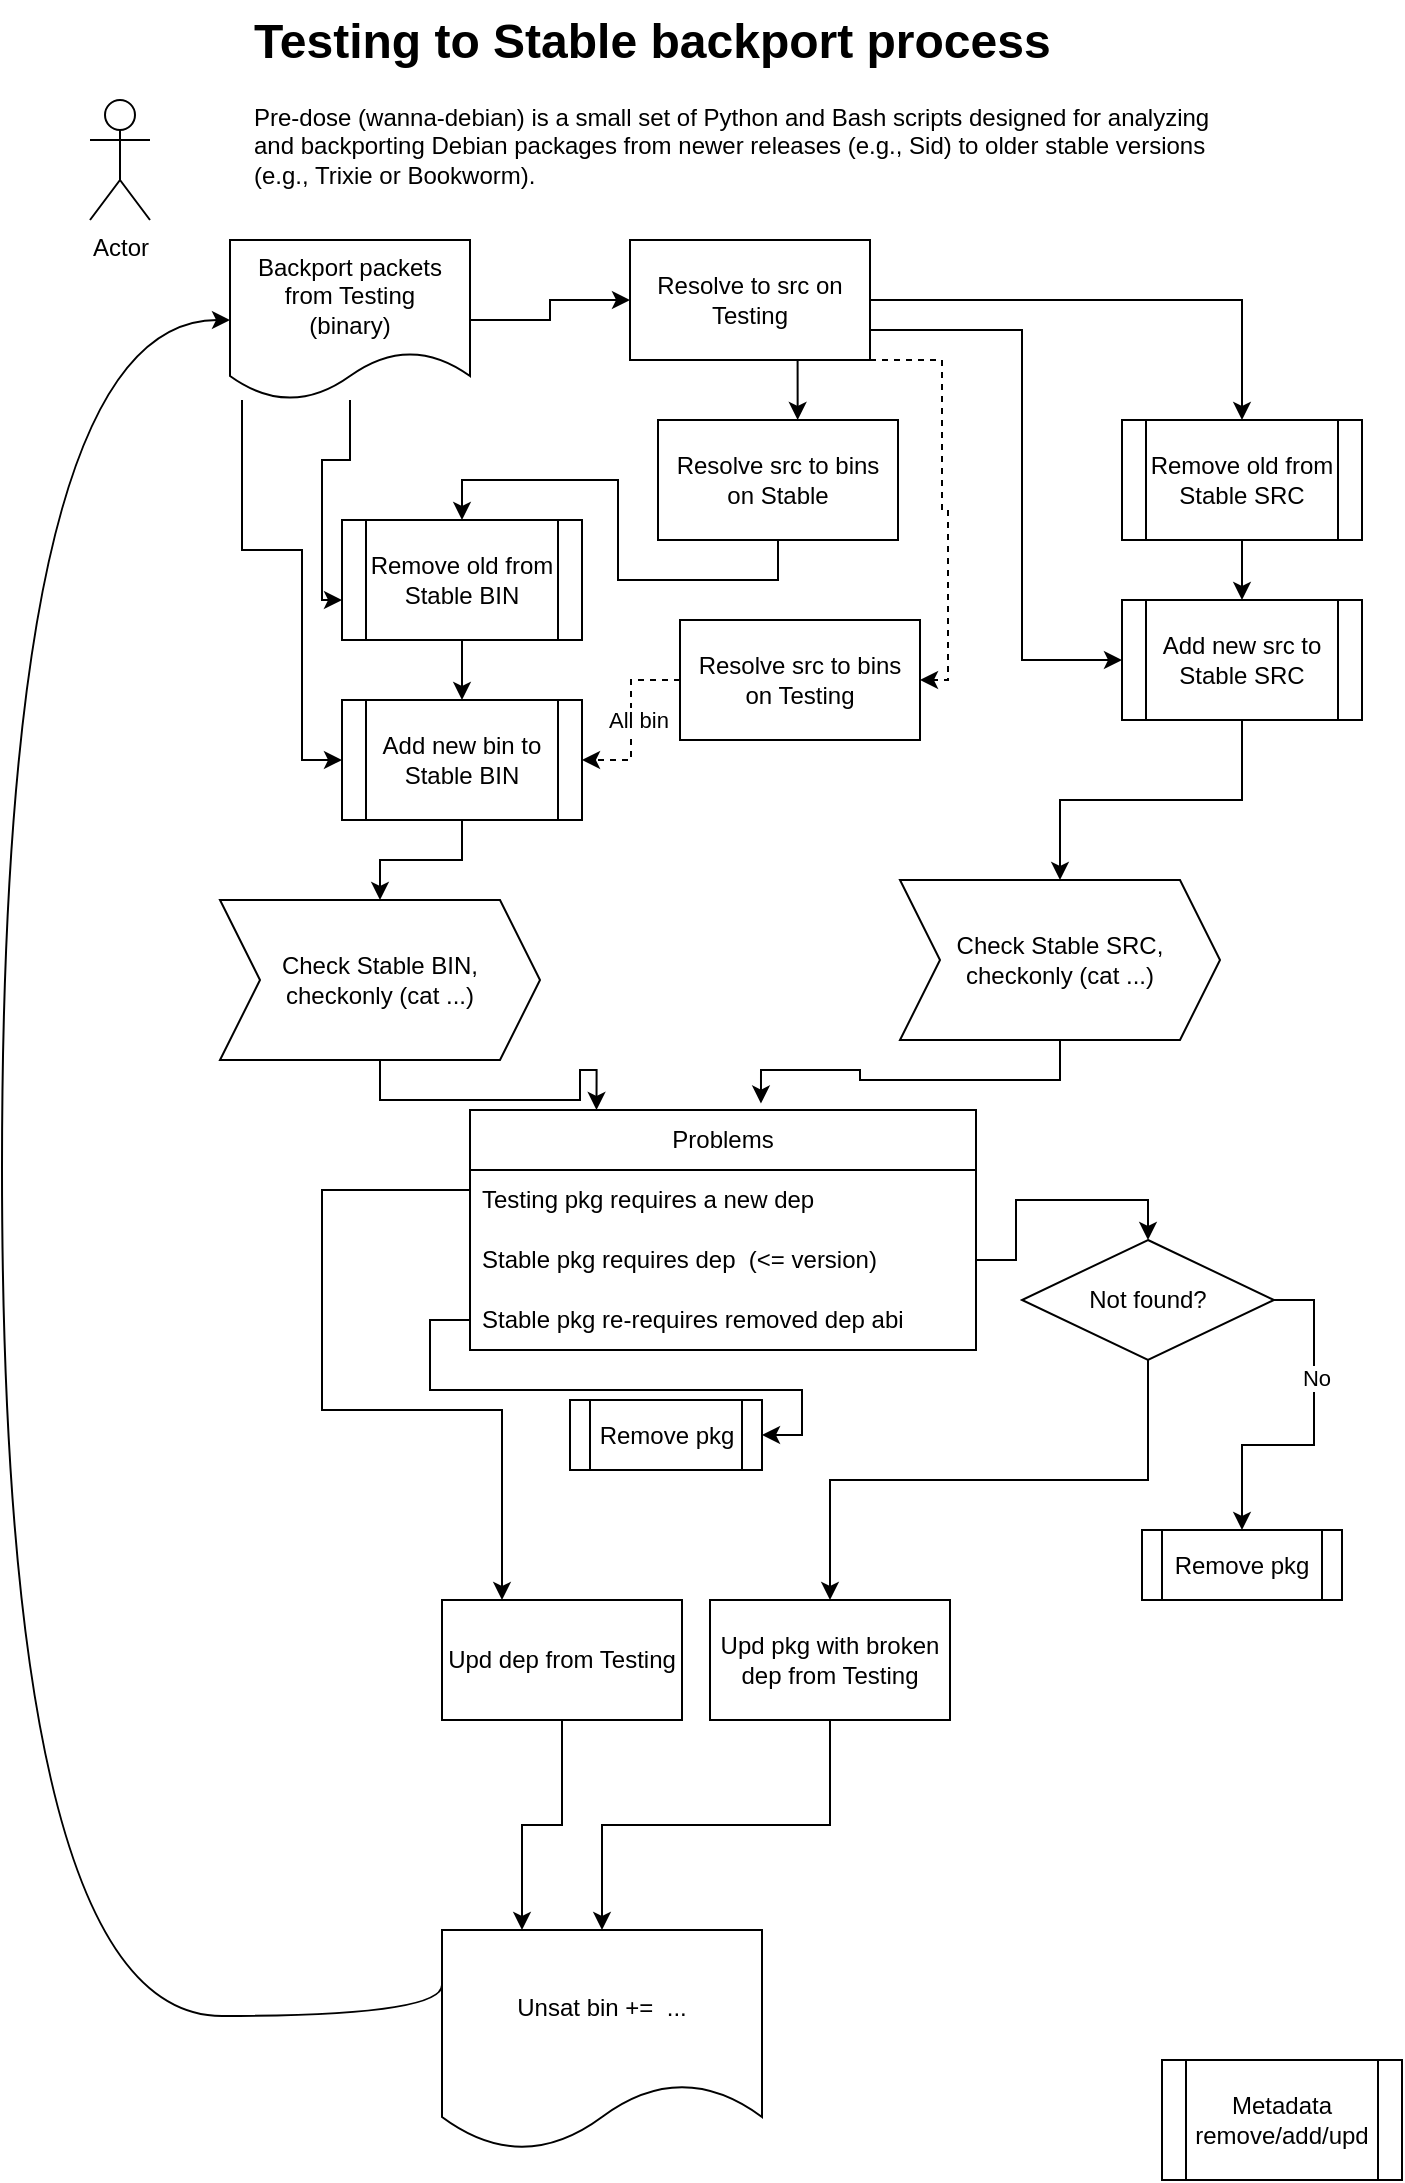
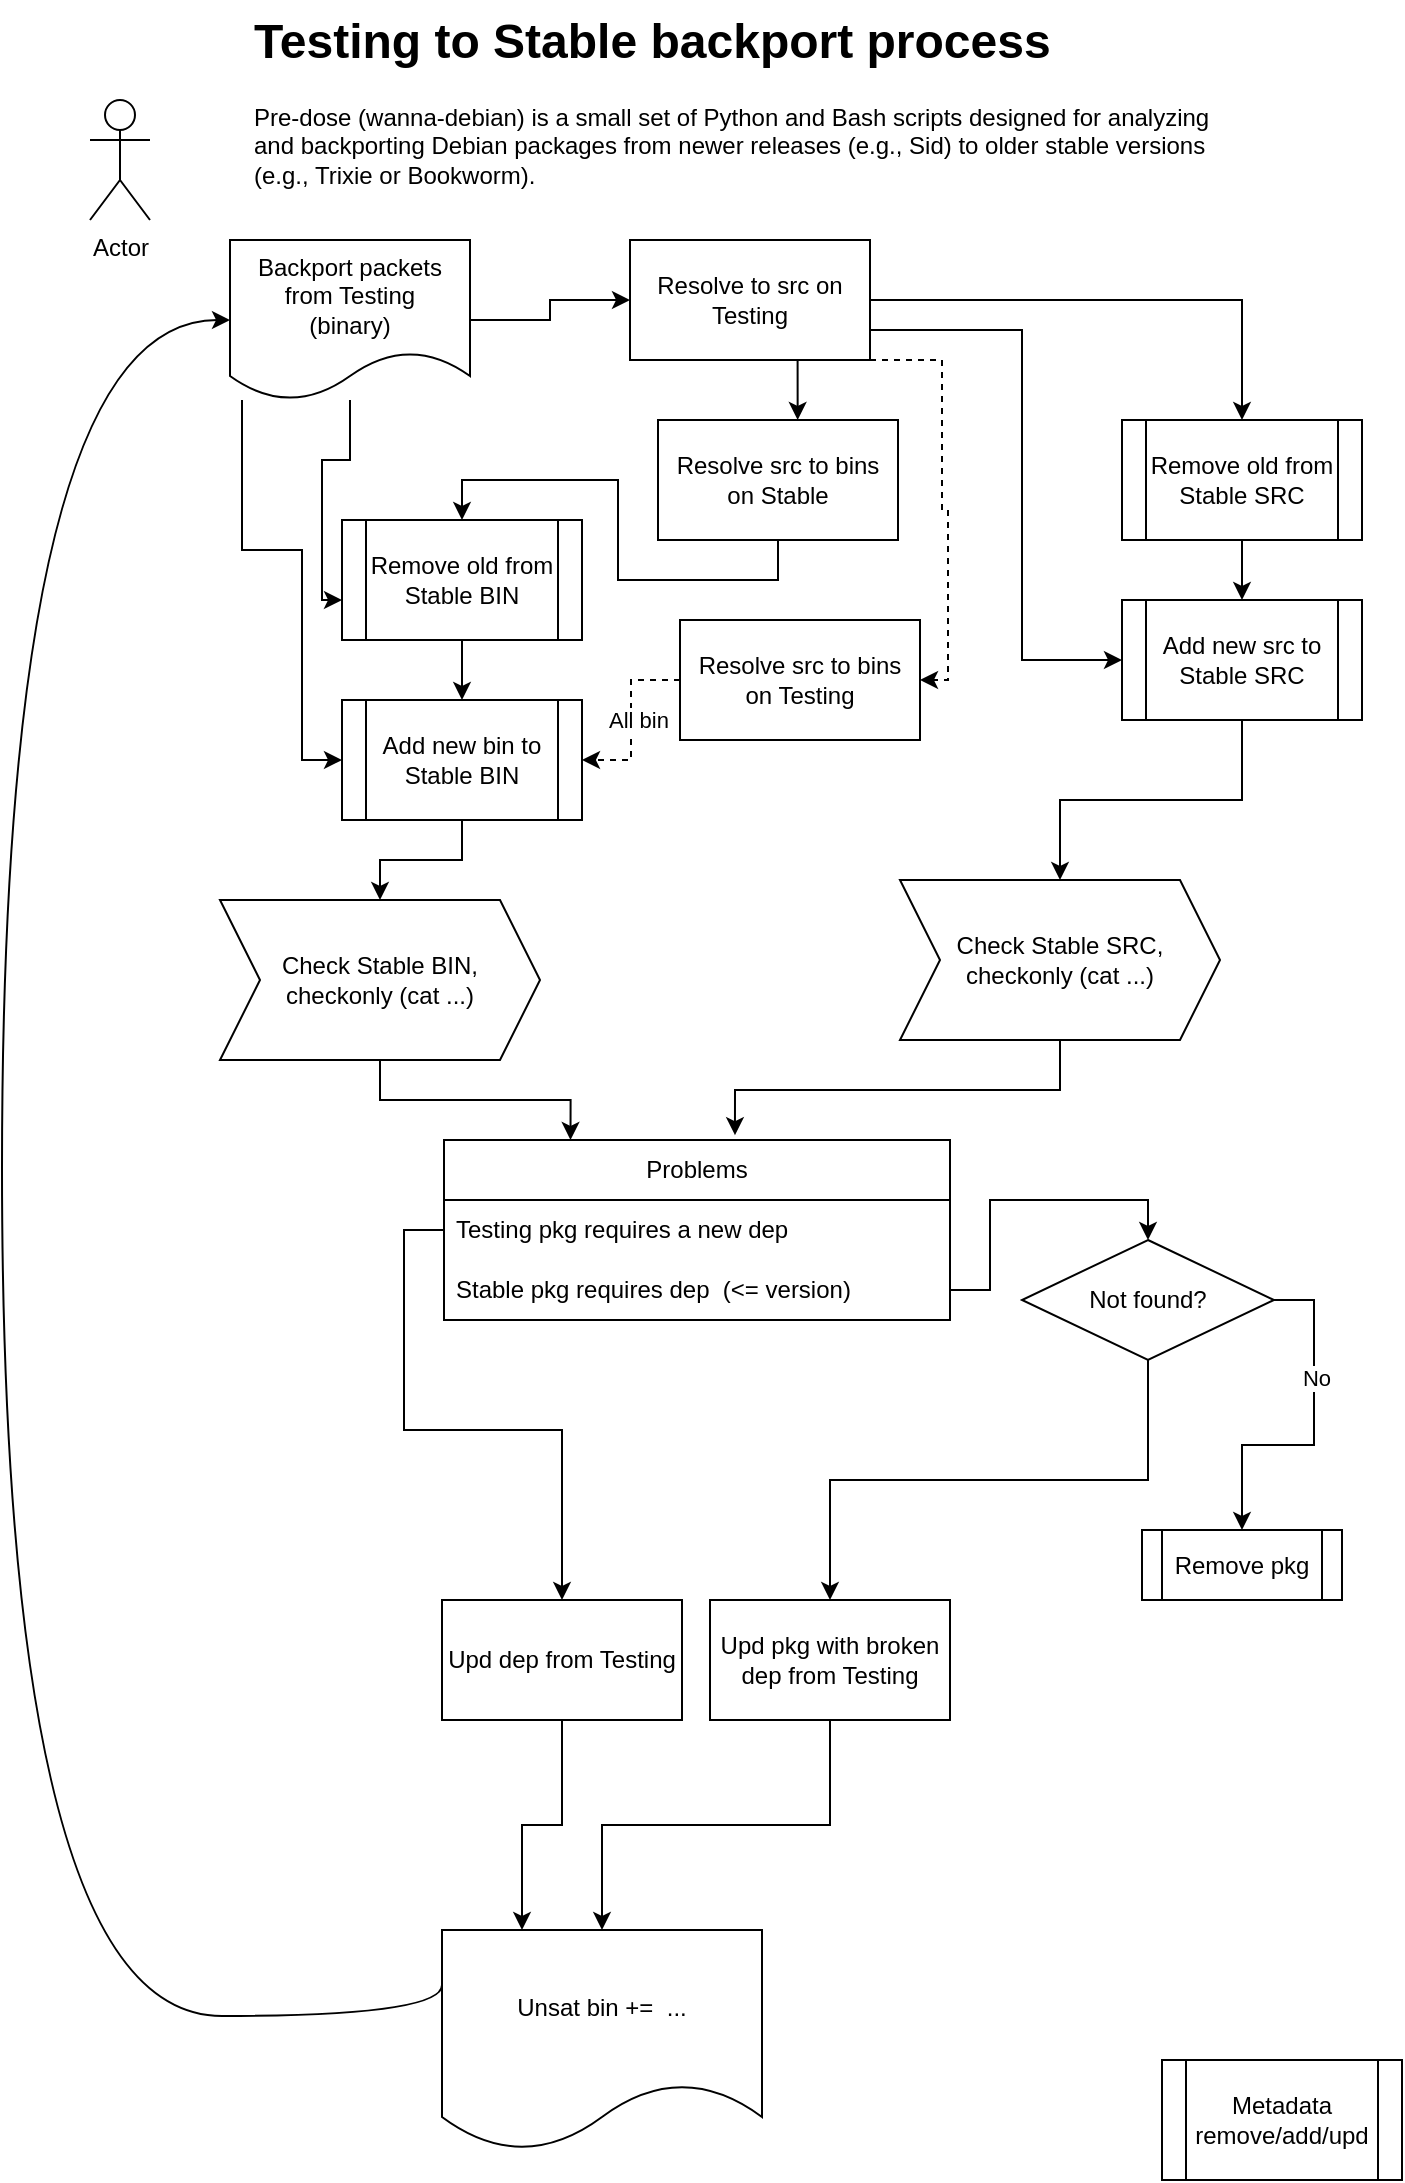
<mxfile host="Electron">
  <diagram id="C5RBs43oDa-KdzZeNtuy" name="Page-1">
    <mxGraphModel dx="1086" dy="648" grid="1" gridSize="10" guides="1" tooltips="1" connect="1" arrows="1" fold="1" page="1" pageScale="1" pageWidth="827" pageHeight="1169" math="0" shadow="0">
      <root>
        <mxCell id="WIyWlLk6GJQsqaUBKTNV-0" />
        <mxCell id="WIyWlLk6GJQsqaUBKTNV-1" parent="WIyWlLk6GJQsqaUBKTNV-0" />
        <mxCell id="jdkO46tf3qpjO2ybV3Zm-0" parent="WIyWlLk6GJQsqaUBKTNV-1" style="shape=umlActor;verticalLabelPosition=bottom;verticalAlign=top;html=1;outlineConnect=0;" value="Actor" vertex="1">
          <mxGeometry height="60" width="30" x="94" y="80" as="geometry" />
        </mxCell>
        <mxCell id="jdkO46tf3qpjO2ybV3Zm-3" edge="1" parent="WIyWlLk6GJQsqaUBKTNV-1" source="jdkO46tf3qpjO2ybV3Zm-1" style="edgeStyle=orthogonalEdgeStyle;rounded=0;orthogonalLoop=1;jettySize=auto;html=1;entryX=0;entryY=0.5;entryDx=0;entryDy=0;" target="jdkO46tf3qpjO2ybV3Zm-2">
          <mxGeometry relative="1" as="geometry" />
        </mxCell>
        <mxCell id="4IcmTThSWF4IWx9KLtXi-7" edge="1" parent="WIyWlLk6GJQsqaUBKTNV-1" source="jdkO46tf3qpjO2ybV3Zm-1" style="edgeStyle=orthogonalEdgeStyle;rounded=0;orthogonalLoop=1;jettySize=auto;html=1;entryX=0;entryY=0.5;entryDx=0;entryDy=0;" target="jdkO46tf3qpjO2ybV3Zm-13">
          <mxGeometry relative="1" as="geometry">
            <Array as="points">
              <mxPoint x="170" y="305" />
              <mxPoint x="200" y="305" />
              <mxPoint x="200" y="410" />
            </Array>
          </mxGeometry>
        </mxCell>
        <mxCell id="jdkO46tf3qpjO2ybV3Zm-1" parent="WIyWlLk6GJQsqaUBKTNV-1" style="shape=document;whiteSpace=wrap;html=1;boundedLbl=1;" value="Backport packets from Testing&lt;br&gt;(binary)" vertex="1">
          <mxGeometry height="80" width="120" x="164" y="150" as="geometry" />
        </mxCell>
        <mxCell id="jdkO46tf3qpjO2ybV3Zm-6" edge="1" parent="WIyWlLk6GJQsqaUBKTNV-1" source="jdkO46tf3qpjO2ybV3Zm-2" style="edgeStyle=orthogonalEdgeStyle;rounded=0;orthogonalLoop=1;jettySize=auto;html=1;entryX=0.5;entryY=0;entryDx=0;entryDy=0;" target="jdkO46tf3qpjO2ybV3Zm-5">
          <mxGeometry relative="1" as="geometry" />
        </mxCell>
        <mxCell id="K2joIcQUg46PM5A2mCq8-2" edge="1" parent="WIyWlLk6GJQsqaUBKTNV-1" source="jdkO46tf3qpjO2ybV3Zm-2" style="edgeStyle=orthogonalEdgeStyle;rounded=0;orthogonalLoop=1;jettySize=auto;html=1;exitX=1;exitY=1;exitDx=0;exitDy=0;entryX=1;entryY=0.5;entryDx=0;entryDy=0;dashed=1;" target="K2joIcQUg46PM5A2mCq8-0">
          <mxGeometry relative="1" as="geometry">
            <Array as="points">
              <mxPoint x="520" y="210" />
              <mxPoint x="520" y="285" />
              <mxPoint x="523" y="285" />
              <mxPoint x="523" y="370" />
            </Array>
          </mxGeometry>
        </mxCell>
        <mxCell id="jdkO46tf3qpjO2ybV3Zm-2" parent="WIyWlLk6GJQsqaUBKTNV-1" style="rounded=0;whiteSpace=wrap;html=1;" value="Resolve to src on Testing" vertex="1">
          <mxGeometry height="60" width="120" x="364" y="150" as="geometry" />
        </mxCell>
        <mxCell id="jdkO46tf3qpjO2ybV3Zm-17" edge="1" parent="WIyWlLk6GJQsqaUBKTNV-1" source="jdkO46tf3qpjO2ybV3Zm-5" style="edgeStyle=orthogonalEdgeStyle;rounded=0;orthogonalLoop=1;jettySize=auto;html=1;entryX=0.5;entryY=0;entryDx=0;entryDy=0;" target="jdkO46tf3qpjO2ybV3Zm-16">
          <mxGeometry relative="1" as="geometry" />
        </mxCell>
        <mxCell id="jdkO46tf3qpjO2ybV3Zm-5" parent="WIyWlLk6GJQsqaUBKTNV-1" style="shape=process;whiteSpace=wrap;html=1;backgroundOutline=1;" value="Remove old from Stable SRC" vertex="1">
          <mxGeometry height="60" width="120" x="610" y="240" as="geometry" />
        </mxCell>
        <mxCell id="jdkO46tf3qpjO2ybV3Zm-10" edge="1" parent="WIyWlLk6GJQsqaUBKTNV-1" source="jdkO46tf3qpjO2ybV3Zm-7" style="edgeStyle=orthogonalEdgeStyle;rounded=0;orthogonalLoop=1;jettySize=auto;html=1;entryX=0.5;entryY=0;entryDx=0;entryDy=0;exitX=0.5;exitY=1;exitDx=0;exitDy=0;" target="jdkO46tf3qpjO2ybV3Zm-9">
          <mxGeometry relative="1" as="geometry" />
        </mxCell>
        <mxCell id="jdkO46tf3qpjO2ybV3Zm-18" edge="1" parent="WIyWlLk6GJQsqaUBKTNV-1" source="jdkO46tf3qpjO2ybV3Zm-2" style="edgeStyle=orthogonalEdgeStyle;rounded=0;orthogonalLoop=1;jettySize=auto;html=1;entryX=0;entryY=0.5;entryDx=0;entryDy=0;exitX=1;exitY=0.75;exitDx=0;exitDy=0;" target="jdkO46tf3qpjO2ybV3Zm-16">
          <mxGeometry relative="1" as="geometry">
            <Array as="points">
              <mxPoint x="560" y="195" />
              <mxPoint x="560" y="360" />
            </Array>
            <mxPoint x="484" y="200" as="sourcePoint" />
          </mxGeometry>
        </mxCell>
        <mxCell id="jdkO46tf3qpjO2ybV3Zm-7" parent="WIyWlLk6GJQsqaUBKTNV-1" style="rounded=0;whiteSpace=wrap;html=1;" value="Resolve src to bins on Stable" vertex="1">
          <mxGeometry height="60" width="120" x="378" y="240" as="geometry" />
        </mxCell>
        <mxCell id="jdkO46tf3qpjO2ybV3Zm-8" edge="1" parent="WIyWlLk6GJQsqaUBKTNV-1" source="jdkO46tf3qpjO2ybV3Zm-2" style="edgeStyle=orthogonalEdgeStyle;rounded=0;orthogonalLoop=1;jettySize=auto;html=1;exitX=0.75;exitY=1;exitDx=0;exitDy=0;entryX=0.582;entryY=0;entryDx=0;entryDy=0;entryPerimeter=0;" target="jdkO46tf3qpjO2ybV3Zm-7">
          <mxGeometry relative="1" as="geometry" />
        </mxCell>
        <mxCell id="jdkO46tf3qpjO2ybV3Zm-14" edge="1" parent="WIyWlLk6GJQsqaUBKTNV-1" source="jdkO46tf3qpjO2ybV3Zm-9" style="edgeStyle=orthogonalEdgeStyle;rounded=0;orthogonalLoop=1;jettySize=auto;html=1;entryX=0.5;entryY=0;entryDx=0;entryDy=0;" target="jdkO46tf3qpjO2ybV3Zm-13">
          <mxGeometry relative="1" as="geometry" />
        </mxCell>
        <mxCell id="jdkO46tf3qpjO2ybV3Zm-9" parent="WIyWlLk6GJQsqaUBKTNV-1" style="shape=process;whiteSpace=wrap;html=1;backgroundOutline=1;" value="Remove old from Stable BIN" vertex="1">
          <mxGeometry height="60" width="120" x="220" y="290" as="geometry" />
        </mxCell>
        <mxCell id="jdkO46tf3qpjO2ybV3Zm-49" edge="1" parent="WIyWlLk6GJQsqaUBKTNV-1" source="jdkO46tf3qpjO2ybV3Zm-11" style="edgeStyle=orthogonalEdgeStyle;rounded=0;orthogonalLoop=1;jettySize=auto;html=1;entryX=0.575;entryY=-0.027;entryDx=0;entryDy=0;entryPerimeter=0;" target="jdkO46tf3qpjO2ybV3Zm-28">
          <mxGeometry relative="1" as="geometry">
            <mxPoint x="579" y="580" as="targetPoint" />
          </mxGeometry>
        </mxCell>
        <mxCell id="jdkO46tf3qpjO2ybV3Zm-11" parent="WIyWlLk6GJQsqaUBKTNV-1" style="shape=step;perimeter=stepPerimeter;whiteSpace=wrap;html=1;fixedSize=1;" value="Check Stable SRC,&lt;br&gt;checkonly (cat ...)" vertex="1">
          <mxGeometry height="80" width="160" x="499" y="470" as="geometry" />
        </mxCell>
        <mxCell id="jdkO46tf3qpjO2ybV3Zm-36" edge="1" parent="WIyWlLk6GJQsqaUBKTNV-1" source="jdkO46tf3qpjO2ybV3Zm-12" style="edgeStyle=orthogonalEdgeStyle;rounded=0;orthogonalLoop=1;jettySize=auto;html=1;entryX=0.25;entryY=0;entryDx=0;entryDy=0;" target="jdkO46tf3qpjO2ybV3Zm-28">
          <mxGeometry relative="1" as="geometry" />
        </mxCell>
        <mxCell id="jdkO46tf3qpjO2ybV3Zm-12" parent="WIyWlLk6GJQsqaUBKTNV-1" style="shape=step;perimeter=stepPerimeter;whiteSpace=wrap;html=1;fixedSize=1;" value="Check Stable BIN,&lt;br&gt;checkonly (cat ...)" vertex="1">
          <mxGeometry height="80" width="160" x="159" y="480" as="geometry" />
        </mxCell>
        <mxCell id="jdkO46tf3qpjO2ybV3Zm-19" edge="1" parent="WIyWlLk6GJQsqaUBKTNV-1" source="jdkO46tf3qpjO2ybV3Zm-13" style="edgeStyle=orthogonalEdgeStyle;rounded=0;orthogonalLoop=1;jettySize=auto;html=1;entryX=0.5;entryY=0;entryDx=0;entryDy=0;" target="jdkO46tf3qpjO2ybV3Zm-12">
          <mxGeometry relative="1" as="geometry" />
        </mxCell>
        <mxCell id="jdkO46tf3qpjO2ybV3Zm-13" parent="WIyWlLk6GJQsqaUBKTNV-1" style="shape=process;whiteSpace=wrap;html=1;backgroundOutline=1;" value="Add new bin to Stable BIN" vertex="1">
          <mxGeometry height="60" width="120" x="220" y="380" as="geometry" />
        </mxCell>
        <mxCell id="jdkO46tf3qpjO2ybV3Zm-20" edge="1" parent="WIyWlLk6GJQsqaUBKTNV-1" source="jdkO46tf3qpjO2ybV3Zm-16" style="edgeStyle=orthogonalEdgeStyle;rounded=0;orthogonalLoop=1;jettySize=auto;html=1;" target="jdkO46tf3qpjO2ybV3Zm-11">
          <mxGeometry relative="1" as="geometry" />
        </mxCell>
        <mxCell id="jdkO46tf3qpjO2ybV3Zm-16" parent="WIyWlLk6GJQsqaUBKTNV-1" style="shape=process;whiteSpace=wrap;html=1;backgroundOutline=1;" value="Add new src to Stable SRC" vertex="1">
          <mxGeometry height="60" width="120" x="610" y="330" as="geometry" />
        </mxCell>
        <mxCell id="jdkO46tf3qpjO2ybV3Zm-28" parent="WIyWlLk6GJQsqaUBKTNV-1" style="swimlane;fontStyle=0;childLayout=stackLayout;horizontal=1;startSize=30;horizontalStack=0;resizeParent=1;resizeParentMax=0;resizeLast=0;collapsible=1;marginBottom=0;whiteSpace=wrap;html=1;" value="Problems" vertex="1">
-           <mxGeometry height="120" width="253" x="284" y="585" as="geometry">
+           <mxGeometry height="90" width="253" x="271" y="600" as="geometry">
            <mxRectangle height="30" width="90" x="500" y="830" as="alternateBounds" />
          </mxGeometry>
        </mxCell>
        <mxCell id="jdkO46tf3qpjO2ybV3Zm-29" parent="jdkO46tf3qpjO2ybV3Zm-28" style="text;strokeColor=none;fillColor=none;align=left;verticalAlign=middle;spacingLeft=4;spacingRight=4;overflow=hidden;points=[[0,0.5],[1,0.5]];portConstraint=eastwest;rotatable=0;whiteSpace=wrap;html=1;" value="Testing pkg requires a new dep" vertex="1">
          <mxGeometry height="30" width="253" y="30" as="geometry" />
        </mxCell>
        <mxCell id="jdkO46tf3qpjO2ybV3Zm-30" parent="jdkO46tf3qpjO2ybV3Zm-28" style="text;strokeColor=none;fillColor=none;align=left;verticalAlign=middle;spacingLeft=4;spacingRight=4;overflow=hidden;points=[[0,0.5],[1,0.5]];portConstraint=eastwest;rotatable=0;whiteSpace=wrap;html=1;" value="Stable pkg requires dep&amp;nbsp; (&amp;lt;= version)" vertex="1">
          <mxGeometry height="30" width="253" y="60" as="geometry" />
-         </mxCell>
-         <mxCell id="NzTikjdrsUsllQ2CY1u8-0" parent="jdkO46tf3qpjO2ybV3Zm-28" style="text;strokeColor=none;fillColor=none;align=left;verticalAlign=middle;spacingLeft=4;spacingRight=4;overflow=hidden;points=[[0,0.5],[1,0.5]];portConstraint=eastwest;rotatable=0;whiteSpace=wrap;html=1;" value="Stable pkg re-requires removed dep abi" vertex="1">
-           <mxGeometry height="30" width="253" y="90" as="geometry" />
        </mxCell>
        <mxCell id="jdkO46tf3qpjO2ybV3Zm-53" edge="1" parent="WIyWlLk6GJQsqaUBKTNV-1" source="jdkO46tf3qpjO2ybV3Zm-33" style="edgeStyle=orthogonalEdgeStyle;rounded=0;orthogonalLoop=1;jettySize=auto;html=1;entryX=0.25;entryY=0;entryDx=0;entryDy=0;" target="jdkO46tf3qpjO2ybV3Zm-35">
          <mxGeometry relative="1" as="geometry" />
        </mxCell>
        <mxCell id="jdkO46tf3qpjO2ybV3Zm-33" parent="WIyWlLk6GJQsqaUBKTNV-1" style="rounded=0;whiteSpace=wrap;html=1;" value="Upd dep from Testing" vertex="1">
          <mxGeometry height="60" width="120" x="270" y="830" as="geometry" />
        </mxCell>
        <mxCell id="jdkO46tf3qpjO2ybV3Zm-54" edge="1" parent="WIyWlLk6GJQsqaUBKTNV-1" source="jdkO46tf3qpjO2ybV3Zm-34" style="edgeStyle=orthogonalEdgeStyle;rounded=0;orthogonalLoop=1;jettySize=auto;html=1;entryX=0.5;entryY=0;entryDx=0;entryDy=0;" target="jdkO46tf3qpjO2ybV3Zm-35">
          <mxGeometry relative="1" as="geometry" />
        </mxCell>
        <mxCell id="jdkO46tf3qpjO2ybV3Zm-34" parent="WIyWlLk6GJQsqaUBKTNV-1" style="rounded=0;whiteSpace=wrap;html=1;" value="Upd pkg with broken dep from Testing" vertex="1">
          <mxGeometry height="60" width="120" x="404" y="830" as="geometry" />
        </mxCell>
        <mxCell id="jdkO46tf3qpjO2ybV3Zm-52" edge="1" parent="WIyWlLk6GJQsqaUBKTNV-1" source="jdkO46tf3qpjO2ybV3Zm-35" style="edgeStyle=orthogonalEdgeStyle;rounded=0;orthogonalLoop=1;jettySize=auto;html=1;curved=1;entryX=0;entryY=0.5;entryDx=0;entryDy=0;exitX=0;exitY=0.25;exitDx=0;exitDy=0;" target="jdkO46tf3qpjO2ybV3Zm-1">
          <mxGeometry relative="1" as="geometry">
            <Array as="points">
              <mxPoint x="50" y="1038" />
              <mxPoint x="50" y="190" />
            </Array>
            <mxPoint x="70" y="190" as="targetPoint" />
          </mxGeometry>
        </mxCell>
        <mxCell id="jdkO46tf3qpjO2ybV3Zm-35" parent="WIyWlLk6GJQsqaUBKTNV-1" style="shape=document;whiteSpace=wrap;html=1;boundedLbl=1;" value="Unsat bin +=&amp;nbsp; ..." vertex="1">
          <mxGeometry height="110" width="160" x="270" y="995" as="geometry" />
        </mxCell>
        <mxCell id="jdkO46tf3qpjO2ybV3Zm-37" parent="WIyWlLk6GJQsqaUBKTNV-1" style="text;html=1;whiteSpace=wrap;overflow=hidden;rounded=0;" value="&lt;h1 style=&quot;margin-top: 0px;&quot;&gt;Testing to Stable backport process&lt;/h1&gt;&lt;p&gt;Pre-dose (wanna-debian) is a small set of Python and Bash scripts designed for analyzing and backporting Debian packages from&amp;nbsp;&lt;span style=&quot;background-color: transparent; color: light-dark(rgb(0, 0, 0), rgb(255, 255, 255));&quot;&gt;newer releases (e.g., Sid) to older stable versions (e.g., Trixie or Bookworm).&lt;/span&gt;&lt;/p&gt;" vertex="1">
          <mxGeometry height="120" width="500" x="174" y="30" as="geometry" />
-         </mxCell>
-         <mxCell id="jdkO46tf3qpjO2ybV3Zm-43" edge="1" parent="WIyWlLk6GJQsqaUBKTNV-1" source="jdkO46tf3qpjO2ybV3Zm-29" style="edgeStyle=orthogonalEdgeStyle;rounded=0;orthogonalLoop=1;jettySize=auto;html=1;entryX=0.25;entryY=0;entryDx=0;entryDy=0;" target="jdkO46tf3qpjO2ybV3Zm-33">
-           <mxGeometry relative="1" as="geometry">
-             <Array as="points">
-               <mxPoint x="210" y="625" />
-               <mxPoint x="210" y="735" />
-               <mxPoint x="300" y="735" />
-             </Array>
-           </mxGeometry>
        </mxCell>
        <mxCell id="jdkO46tf3qpjO2ybV3Zm-44" edge="1" parent="WIyWlLk6GJQsqaUBKTNV-1" source="jdkO46tf3qpjO2ybV3Zm-30" style="edgeStyle=orthogonalEdgeStyle;rounded=0;orthogonalLoop=1;jettySize=auto;html=1;entryX=0.5;entryY=0;entryDx=0;entryDy=0;" target="4IcmTThSWF4IWx9KLtXi-3">
          <mxGeometry relative="1" as="geometry">
            <mxPoint x="500" y="750" as="targetPoint" />
          </mxGeometry>
        </mxCell>
        <mxCell id="jdkO46tf3qpjO2ybV3Zm-61" parent="WIyWlLk6GJQsqaUBKTNV-1" style="shape=process;whiteSpace=wrap;html=1;backgroundOutline=1;" value="Remove pkg" vertex="1">
          <mxGeometry height="35" width="100" x="620" y="795" as="geometry" />
        </mxCell>
        <mxCell id="4IcmTThSWF4IWx9KLtXi-4" edge="1" parent="WIyWlLk6GJQsqaUBKTNV-1" source="4IcmTThSWF4IWx9KLtXi-3" style="edgeStyle=orthogonalEdgeStyle;rounded=0;orthogonalLoop=1;jettySize=auto;html=1;exitX=1;exitY=0.5;exitDx=0;exitDy=0;entryX=0.5;entryY=0;entryDx=0;entryDy=0;" target="jdkO46tf3qpjO2ybV3Zm-61">
          <mxGeometry relative="1" as="geometry" />
        </mxCell>
        <mxCell id="4IcmTThSWF4IWx9KLtXi-5" connectable="0" parent="4IcmTThSWF4IWx9KLtXi-4" style="edgeLabel;html=1;align=center;verticalAlign=middle;resizable=0;points=[];" value="No" vertex="1">
          <mxGeometry relative="1" x="-0.3169" y="1" as="geometry">
            <mxPoint as="offset" />
          </mxGeometry>
        </mxCell>
        <mxCell id="4IcmTThSWF4IWx9KLtXi-6" edge="1" parent="WIyWlLk6GJQsqaUBKTNV-1" source="4IcmTThSWF4IWx9KLtXi-3" style="edgeStyle=orthogonalEdgeStyle;rounded=0;orthogonalLoop=1;jettySize=auto;html=1;exitX=0.5;exitY=1;exitDx=0;exitDy=0;entryX=0.5;entryY=0;entryDx=0;entryDy=0;" target="jdkO46tf3qpjO2ybV3Zm-34">
          <mxGeometry relative="1" as="geometry" />
        </mxCell>
        <mxCell id="4IcmTThSWF4IWx9KLtXi-3" parent="WIyWlLk6GJQsqaUBKTNV-1" style="rhombus;whiteSpace=wrap;html=1;" value="Not found?" vertex="1">
          <mxGeometry height="60" width="126" x="560" y="650" as="geometry" />
        </mxCell>
        <mxCell id="4IcmTThSWF4IWx9KLtXi-9" parent="WIyWlLk6GJQsqaUBKTNV-1" style="shape=process;whiteSpace=wrap;html=1;backgroundOutline=1;" value="Metadata remove/add/upd" vertex="1">
          <mxGeometry height="60" width="120" x="630" y="1060" as="geometry" />
        </mxCell>
        <mxCell id="K2joIcQUg46PM5A2mCq8-1" edge="1" parent="WIyWlLk6GJQsqaUBKTNV-1" source="K2joIcQUg46PM5A2mCq8-0" style="edgeStyle=orthogonalEdgeStyle;rounded=0;orthogonalLoop=1;jettySize=auto;html=1;entryX=1;entryY=0.5;entryDx=0;entryDy=0;dashed=1;" target="jdkO46tf3qpjO2ybV3Zm-13">
          <mxGeometry relative="1" as="geometry" />
        </mxCell>
        <mxCell id="UBrdKMySqU7-3HxLgvty-1" connectable="0" parent="K2joIcQUg46PM5A2mCq8-1" style="edgeLabel;html=1;align=center;verticalAlign=middle;resizable=0;points=[];" value="All bin" vertex="1">
          <mxGeometry relative="1" x="-0.0159" y="3" as="geometry">
            <mxPoint as="offset" />
          </mxGeometry>
        </mxCell>
        <mxCell id="K2joIcQUg46PM5A2mCq8-0" parent="WIyWlLk6GJQsqaUBKTNV-1" style="rounded=0;whiteSpace=wrap;html=1;" value="Resolve src to bins on Testing" vertex="1">
          <mxGeometry height="60" width="120" x="389" y="340" as="geometry" />
        </mxCell>
        <mxCell id="cQBACjruvvWsz2pfgvWL-0" edge="1" parent="WIyWlLk6GJQsqaUBKTNV-1" source="jdkO46tf3qpjO2ybV3Zm-1" style="edgeStyle=orthogonalEdgeStyle;rounded=0;orthogonalLoop=1;jettySize=auto;html=1;entryX=0;entryY=0.667;entryDx=0;entryDy=0;entryPerimeter=0;" target="jdkO46tf3qpjO2ybV3Zm-9">
          <mxGeometry relative="1" as="geometry">
            <Array as="points">
              <mxPoint x="224" y="260" />
              <mxPoint x="210" y="260" />
              <mxPoint x="210" y="330" />
            </Array>
          </mxGeometry>
        </mxCell>
-         <mxCell id="NzTikjdrsUsllQ2CY1u8-2" parent="WIyWlLk6GJQsqaUBKTNV-1" style="shape=process;whiteSpace=wrap;html=1;backgroundOutline=1;" value="Remove pkg" vertex="1">
-           <mxGeometry height="35" width="96" x="334" y="730" as="geometry" />
-         </mxCell>
-         <mxCell id="NzTikjdrsUsllQ2CY1u8-3" edge="1" parent="WIyWlLk6GJQsqaUBKTNV-1" source="NzTikjdrsUsllQ2CY1u8-0" style="edgeStyle=orthogonalEdgeStyle;rounded=0;orthogonalLoop=1;jettySize=auto;html=1;entryX=1;entryY=0.5;entryDx=0;entryDy=0;" target="NzTikjdrsUsllQ2CY1u8-2">
+         <mxCell id="agVh6EhSCwiN8bkbG3hr-0" edge="1" parent="WIyWlLk6GJQsqaUBKTNV-1" source="jdkO46tf3qpjO2ybV3Zm-29" style="edgeStyle=orthogonalEdgeStyle;rounded=0;orthogonalLoop=1;jettySize=auto;html=1;entryX=0.5;entryY=0;entryDx=0;entryDy=0;" target="jdkO46tf3qpjO2ybV3Zm-33">
          <mxGeometry relative="1" as="geometry" />
        </mxCell>
      </root>
    </mxGraphModel>
  </diagram>
</mxfile>
